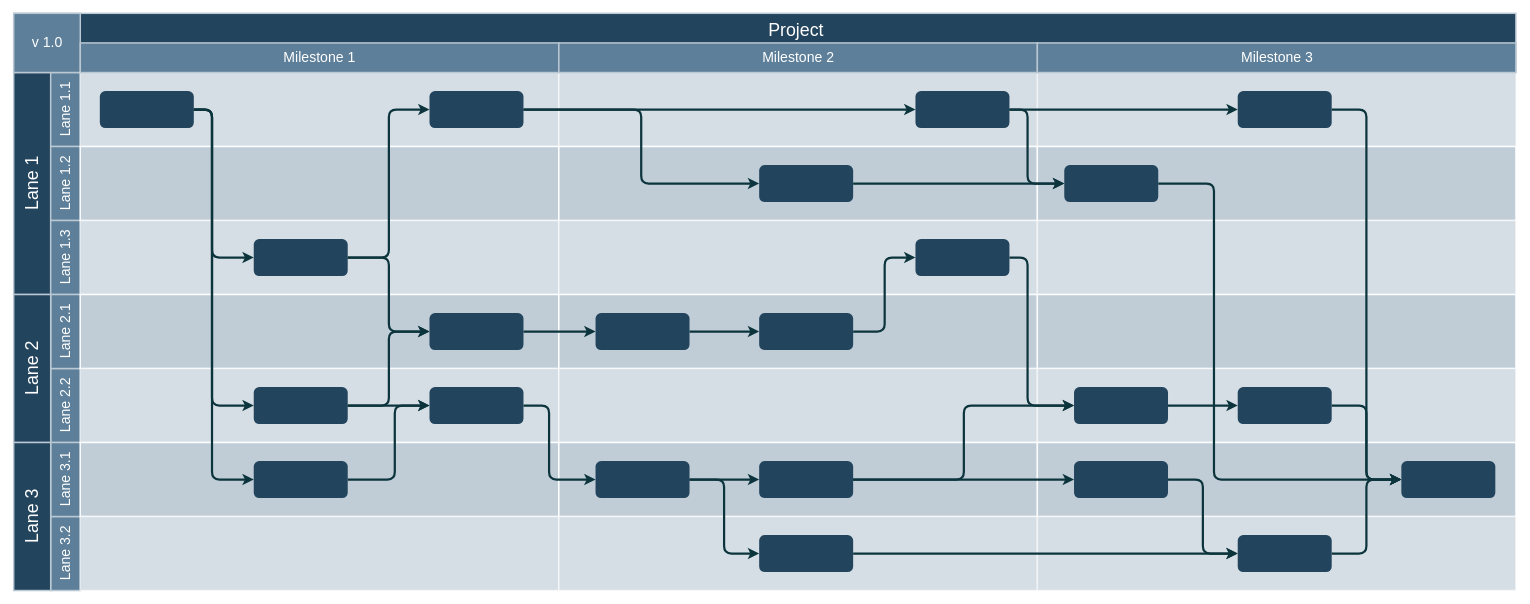
Earlier version of the draw.io diagram images/未命名绘图.drawio (bobt2018/drow). Source tidied: cells renumbered, new cells numbered last; positions are measured from the earlier drawing's top-left corner, leaving out a move shared by most shapes. Both pictures are drawn from the tidied source at 74%, with x=0, y=0 at pixel (13, 13).
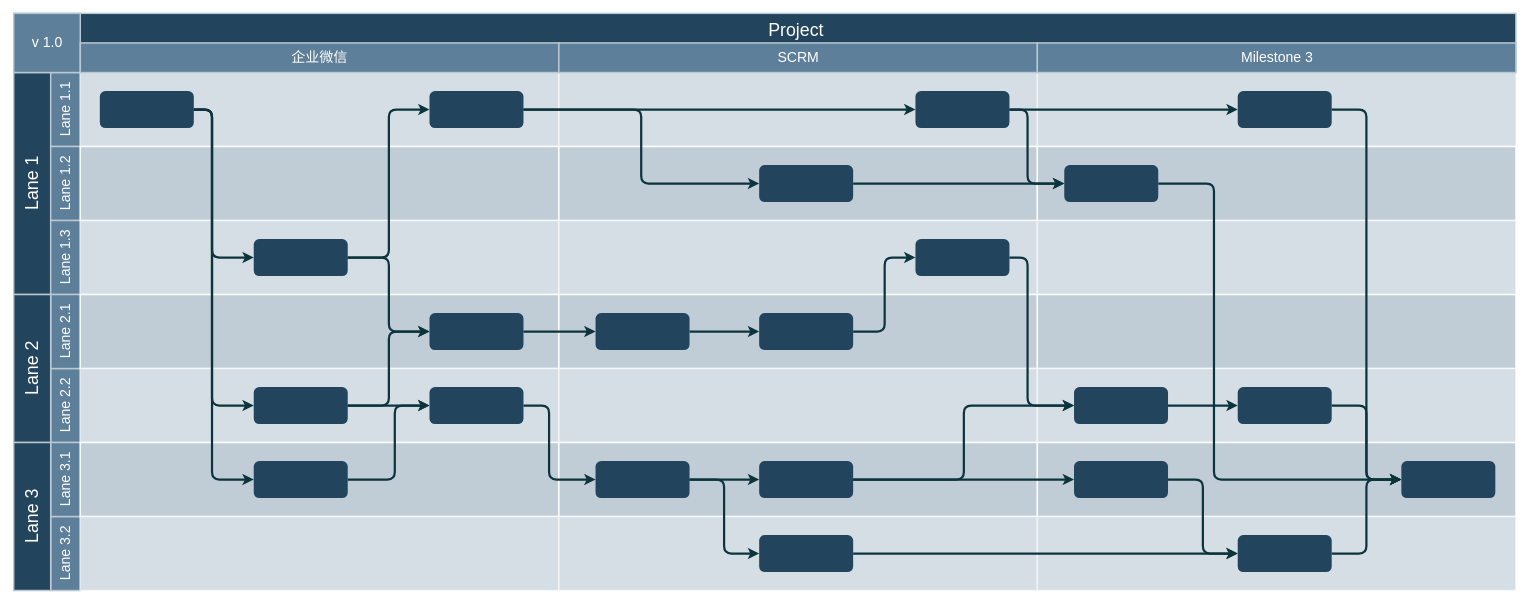
The same diagram, later.

The change refers to these unchanged cells:
```xml
<mxCell id="86" style="group;" parent="1" vertex="1">
  <mxGeometry x="90" y="40.5" width="646.7" height="40" as="geometry" />
</mxCell>
```

What changed in the source:
```diff
@@
-    <mxCell id="87" value="Milestone 1" style="strokeColor=#BAC8D3;fillColor=#5d7f99;fontSize=19;strokeWidth=2;fontFamily=Helvetica;html=1;labelBackgroundColor=none;fontColor=#FFFFFF;" parent="86" vertex="1">
+    <mxCell id="87" value="企业微信" style="strokeColor=#BAC8D3;fillColor=#5d7f99;fontSize=19;strokeWidth=2;fontFamily=Helvetica;html=1;labelBackgroundColor=none;fontColor=#FFFFFF;" parent="86" vertex="1">
       <mxGeometry width="646.7" height="40" as="geometry" />
     </mxCell>
-    <mxCell id="88" value="Milestone 2" style="strokeColor=#BAC8D3;fillColor=#5d7f99;fontSize=19;strokeWidth=2;fontFamily=Helvetica;html=1;labelBackgroundColor=none;fontColor=#FFFFFF;" parent="86" vertex="1">
+    <mxCell id="88" value="SCRM" style="strokeColor=#BAC8D3;fillColor=#5d7f99;fontSize=19;strokeWidth=2;fontFamily=Helvetica;html=1;labelBackgroundColor=none;fontColor=#FFFFFF;" parent="86" vertex="1">
       <mxGeometry x="646.7" width="646.7" height="40" as="geometry" />
     </mxCell>
```
